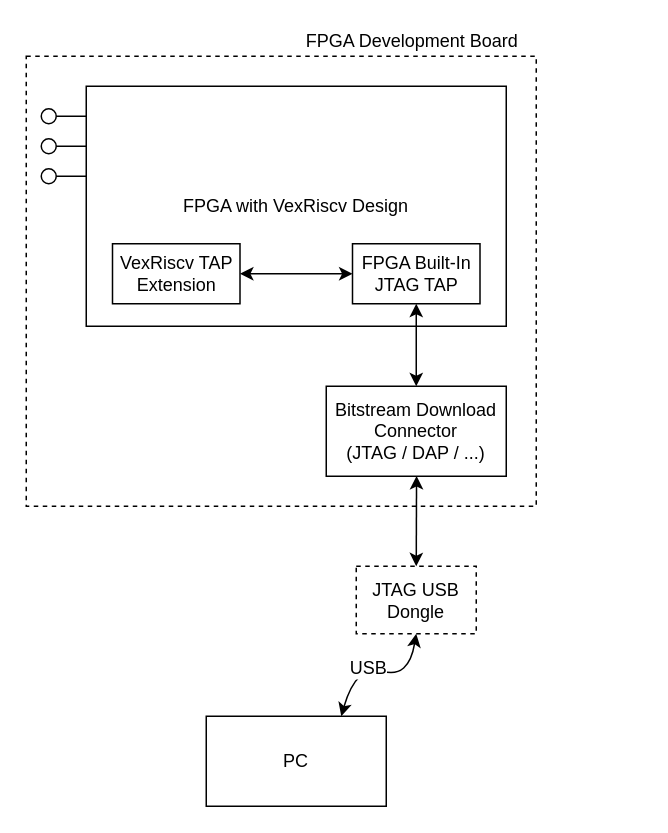
Above: page "system_setup_shared_tap" (4 of 4) of assets/vexriscv_ocd/vexriscv_ocd.drawio in tomverbeure/tomverbeure.github.io (draw.io), before the change. Source tidied: cells renumbered, new cells numbered last; positions are measured from the earlier drawing's top-left corner, leaving out a move shared by most shapes. Both pictures are drawn from the tidied source at 150%, with x=0, y=0 at pixel (26, 26).
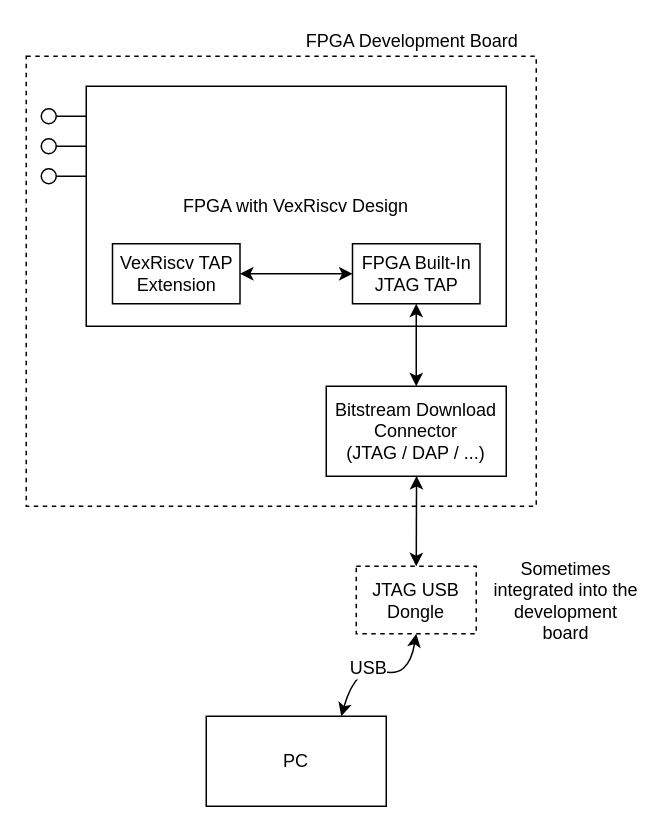
The same diagram, later.

The edit, as a diff of the source:
```diff
@@
+    <mxCell id="21" value="Sometimes integrated into the development board" style="text;html=1;strokeColor=none;fillColor=none;align=center;verticalAlign=middle;whiteSpace=wrap;rounded=0;" parent="1" vertex="1">
+      <mxGeometry x="310" y="350" width="100" height="65" as="geometry" />
+    </mxCell>
```
